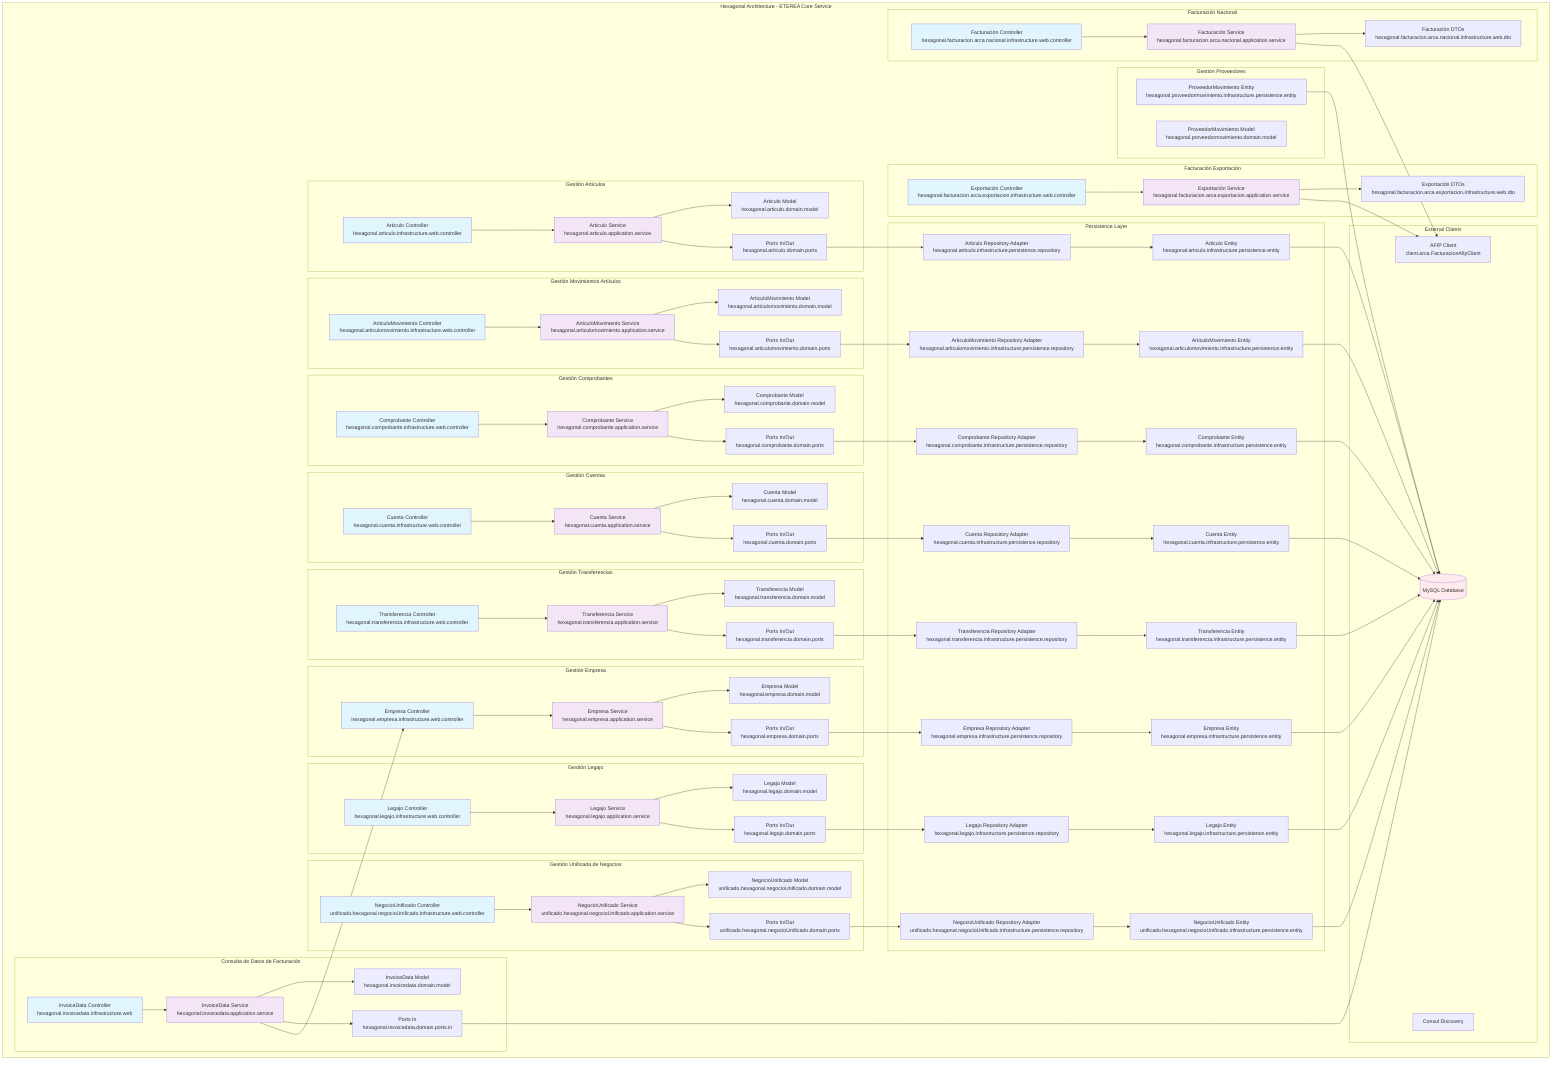
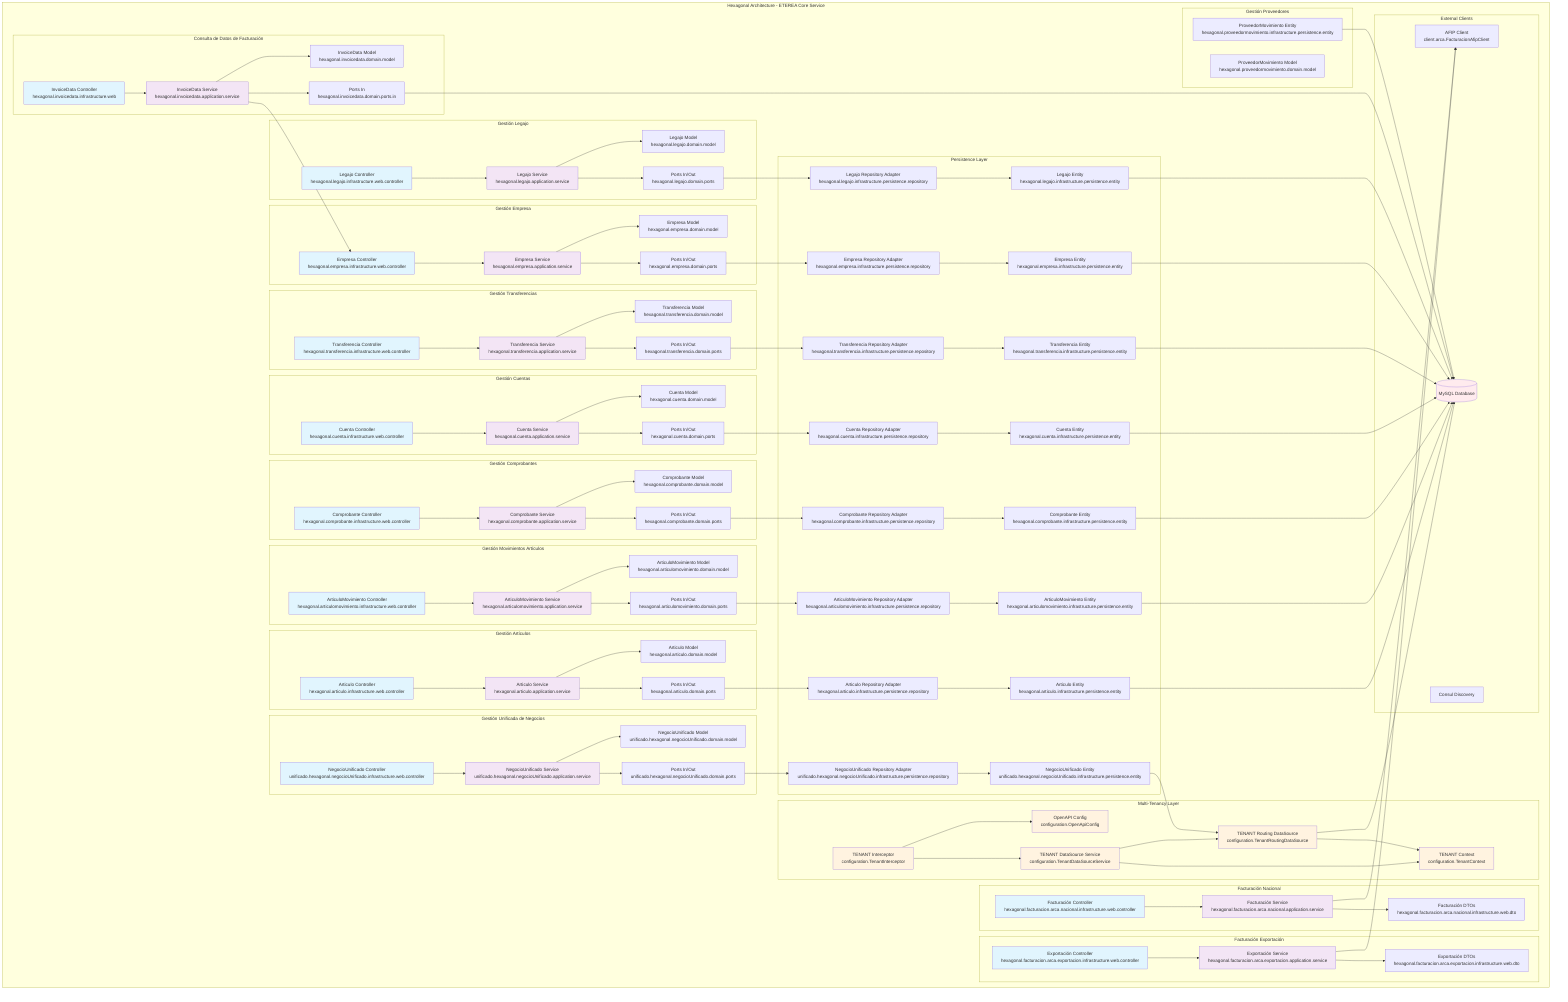
graph TB
    subgraph "Hexagonal Architecture - ETEREA Core Service"

        subgraph "Gestión Artículos"
            ART_API[Articulo Controller<br/>hexagonal.articulo.infrastructure.web.controller]
            ART_APP[Articulo Service<br/>hexagonal.articulo.application.service]
            ART_DOMAIN[Articulo Model<br/>hexagonal.articulo.domain.model]
            ART_PORTS[Ports In/Out<br/>hexagonal.articulo.domain.ports]
        end

        subgraph "Gestión Movimientos Artículos"
            AM_API[ArticuloMovimiento Controller<br/>hexagonal.articulomovimiento.infrastructure.web.controller]
            AM_APP[ArticuloMovimiento Service<br/>hexagonal.articulomovimiento.application.service]
            AM_DOMAIN[ArticuloMovimiento Model<br/>hexagonal.articulomovimiento.domain.model]
            AM_PORTS[Ports In/Out<br/>hexagonal.articulomovimiento.domain.ports]
        end

        subgraph "Gestión Comprobantes"
            COMP_API[Comprobante Controller<br/>hexagonal.comprobante.infrastructure.web.controller]
            COMP_APP[Comprobante Service<br/>hexagonal.comprobante.application.service]
            COMP_DOMAIN[Comprobante Model<br/>hexagonal.comprobante.domain.model]
            COMP_PORTS[Ports In/Out<br/>hexagonal.comprobante.domain.ports]
        end

        subgraph "Gestión Cuentas"
            CTA_API[Cuenta Controller<br/>hexagonal.cuenta.infrastructure.web.controller]
            CTA_APP[Cuenta Service<br/>hexagonal.cuenta.application.service]
            CTA_DOMAIN[Cuenta Model<br/>hexagonal.cuenta.domain.model]
            CTA_PORTS[Ports In/Out<br/>hexagonal.cuenta.domain.ports]
        end

        subgraph "Gestión Transferencias"
            TRF_API[Transferencia Controller<br/>hexagonal.transferencia.infrastructure.web.controller]
            TRF_APP[Transferencia Service<br/>hexagonal.transferencia.application.service]
            TRF_DOMAIN[Transferencia Model<br/>hexagonal.transferencia.domain.model]
            TRF_PORTS[Ports In/Out<br/>hexagonal.transferencia.domain.ports]
        end

        subgraph "Facturación Nacional"
            FN_API[Facturación Controller<br/>hexagonal.facturacion.arca.nacional.infrastructure.web.controller]
            FN_APP[Facturación Service<br/>hexagonal.facturacion.arca.nacional.application.service]
            FN_DOMAIN[Facturación DTOs<br/>hexagonal.facturacion.arca.nacional.infrastructure.web.dto]
        end

        subgraph "Facturación Exportación"
            FE_API[Exportación Controller<br/>hexagonal.facturacion.arca.exportacion.infrastructure.web.controller]
            FE_APP[Exportación Service<br/>hexagonal.facturacion.arca.exportacion.application.service]
            FE_DOMAIN[Exportación DTOs<br/>hexagonal.facturacion.arca.exportacion.infrastructure.web.dto]
        end

        subgraph "Gestión Empresa"
            E_API[Empresa Controller<br/>hexagonal.empresa.infrastructure.web.controller]
            E_APP[Empresa Service<br/>hexagonal.empresa.application.service]
            E_DOMAIN[Empresa Model<br/>hexagonal.empresa.domain.model]
            E_PORTS[Ports In/Out<br/>hexagonal.empresa.domain.ports]
        end

        subgraph "Gestión Legajo"
            L_API[Legajo Controller<br/>hexagonal.legajo.infrastructure.web.controller]
            L_APP[Legajo Service<br/>hexagonal.legajo.application.service]
            L_DOMAIN[Legajo Model<br/>hexagonal.legajo.domain.model]
            L_PORTS[Ports In/Out<br/>hexagonal.legajo.domain.ports]
        end

        subgraph "Gestión Proveedores"
            PM_DOMAIN[ProveedorMovimiento Model<br/>hexagonal.proveedormovimiento.domain.model]
            PM_ENTITY[ProveedorMovimiento Entity<br/>hexagonal.proveedormovimiento.infrastructure.persistence.entity]
        end

        subgraph "Gestión Unificada de Negocios"
            NU_API[NegocioUnificado Controller<br/>unificado.hexagonal.negocioUnificado.infrastructure.web.controller]
            NU_APP[NegocioUnificado Service<br/>unificado.hexagonal.negocioUnificado.application.service]
            NU_DOMAIN[NegocioUnificado Model<br/>unificado.hexagonal.negocioUnificado.domain.model]
            NU_PORTS[Ports In/Out<br/>unificado.hexagonal.negocioUnificado.domain.ports]
        end

        subgraph "Consulta de Datos de Facturación"
            ID_API[InvoiceData Controller<br/>hexagonal.invoicedata.infrastructure.web]
            ID_APP[InvoiceData Service<br/>hexagonal.invoicedata.application.service]
            ID_DOMAIN[InvoiceData Model<br/>hexagonal.invoicedata.domain.model]
            ID_PORTS[Ports In<br/>hexagonal.invoicedata.domain.ports.in]
        end

        subgraph "Persistence Layer"
            ART_REPO[Articulo Repository Adapter<br/>hexagonal.articulo.infrastructure.persistence.repository]
            ART_ENTITY[Articulo Entity<br/>hexagonal.articulo.infrastructure.persistence.entity]
            AM_REPO[ArticuloMovimiento Repository Adapter<br/>hexagonal.articulomovimiento.infrastructure.persistence.repository]
            AM_ENTITY[ArticuloMovimiento Entity<br/>hexagonal.articulomovimiento.infrastructure.persistence.entity]
            COMP_REPO[Comprobante Repository Adapter<br/>hexagonal.comprobante.infrastructure.persistence.repository]
            COMP_ENTITY[Comprobante Entity<br/>hexagonal.comprobante.infrastructure.persistence.entity]
            CTA_REPO[Cuenta Repository Adapter<br/>hexagonal.cuenta.infrastructure.persistence.repository]
            CTA_ENTITY[Cuenta Entity<br/>hexagonal.cuenta.infrastructure.persistence.entity]
            TRF_REPO[Transferencia Repository Adapter<br/>hexagonal.transferencia.infrastructure.persistence.repository]
            TRF_ENTITY[Transferencia Entity<br/>hexagonal.transferencia.infrastructure.persistence.entity]
            E_REPO[Empresa Repository Adapter<br/>hexagonal.empresa.infrastructure.persistence.repository]
            E_ENTITY[Empresa Entity<br/>hexagonal.empresa.infrastructure.persistence.entity]
            L_REPO[Legajo Repository Adapter<br/>hexagonal.legajo.infrastructure.persistence.repository]
            L_ENTITY[Legajo Entity<br/>hexagonal.legajo.infrastructure.persistence.entity]
            NU_REPO[NegocioUnificado Repository Adapter<br/>unificado.hexagonal.negocioUnificado.infrastructure.persistence.repository]
            NU_ENTITY[NegocioUnificado Entity<br/>unificado.hexagonal.negocioUnificado.infrastructure.persistence.entity]
        end

+         subgraph "Multi-Tenancy Layer"
+             TX[TENANT Context<br/>configuration.TenantContext]
+             TXI[TENANT Interceptor<br/>configuration.TenantInterceptor]
+             TXDS[TENANT Routing DataSource<br/>configuration.TenantRoutingDataSource]
+             TXS[TENANT DataSource Service<br/>configuration.TenantDataSourceService]
+             TXCFG[OpenAPI Config<br/>configuration.OpenApiConfig]
+         end
+ 
        subgraph "External Clients"
            AFIP[AFIP Client<br/>client.arca.FacturacionAfipClient]
            CONSUL[Consul Discovery]
            DB[(MySQL Database)]
        end
+ 
+         %% Multi-Tenancy Layer - Interceptor intercepts API calls
+         TXI --> TXCFG
+         TXI --> TXS
+         TXS --> TXDS
+         TXS --> TX
+         TXDS --> TX

        %% API Layer to Application Layer
        ART_API --> ART_APP
        AM_API --> AM_APP
        COMP_API --> COMP_APP
        CTA_API --> CTA_APP
        TRF_API --> TRF_APP
        FN_API --> FN_APP
        FE_API --> FE_APP
        E_API --> E_APP
        L_API --> L_APP
        NU_API --> NU_APP
        ID_API --> ID_APP

        %% Application to Domain
        ART_APP --> ART_DOMAIN
        ART_APP --> ART_PORTS
        AM_APP --> AM_DOMAIN
        AM_APP --> AM_PORTS
        COMP_APP --> COMP_DOMAIN
        COMP_APP --> COMP_PORTS
        CTA_APP --> CTA_DOMAIN
        CTA_APP --> CTA_PORTS
        TRF_APP --> TRF_DOMAIN
        TRF_APP --> TRF_PORTS
        FN_APP --> FN_DOMAIN
        FE_APP --> FE_DOMAIN
        E_APP --> E_DOMAIN
        E_APP --> E_PORTS
        L_APP --> L_DOMAIN
        L_APP --> L_PORTS
        NU_APP --> NU_DOMAIN
        NU_APP --> NU_PORTS
        ID_APP --> ID_DOMAIN
        ID_APP --> ID_PORTS

        %% Domain to Infrastructure
        ART_PORTS --> ART_REPO
        ART_REPO --> ART_ENTITY
        ART_ENTITY --> DB
        AM_PORTS --> AM_REPO
        AM_REPO --> AM_ENTITY
        AM_ENTITY --> DB
        COMP_PORTS --> COMP_REPO
        COMP_REPO --> COMP_ENTITY
        COMP_ENTITY --> DB
        CTA_PORTS --> CTA_REPO
        CTA_REPO --> CTA_ENTITY
        CTA_ENTITY --> DB
        TRF_PORTS --> TRF_REPO
        TRF_REPO --> TRF_ENTITY
        TRF_ENTITY --> DB
        E_PORTS --> E_REPO
        E_REPO --> E_ENTITY
        E_ENTITY --> DB
        L_PORTS --> L_REPO
        L_REPO --> L_ENTITY
        L_ENTITY --> DB
        NU_PORTS --> NU_REPO
        NU_REPO --> NU_ENTITY
-         NU_ENTITY --> DB
+         NU_ENTITY --> TXDS
+         TXDS --> DB
        ID_PORTS --> DB
        PM_ENTITY --> DB

        %% External Dependencies
        FN_APP --> AFIP
        FE_APP --> AFIP
        ID_APP --> E_API

        style ART_API fill:#e1f5fe
        style AM_API fill:#e1f5fe
        style COMP_API fill:#e1f5fe
        style CTA_API fill:#e1f5fe
        style TRF_API fill:#e1f5fe
        style FN_API fill:#e1f5fe
        style FE_API fill:#e1f5fe
        style E_API fill:#e1f5fe
        style L_API fill:#e1f5fe
        style NU_API fill:#e1f5fe
+         style TXI fill:#fff3e0
+         style TXS fill:#fff3e0
+         style TXDS fill:#fff3e0
+         style TX fill:#fff3e0
+         style TXCFG fill:#fff3e0
        style ID_API fill:#e1f5fe
        style ART_APP fill:#f3e5f5
        style AM_APP fill:#f3e5f5
        style COMP_APP fill:#f3e5f5
        style CTA_APP fill:#f3e5f5
        style TRF_APP fill:#f3e5f5
        style FN_APP fill:#f3e5f5
        style FE_APP fill:#f3e5f5
        style E_APP fill:#f3e5f5
        style L_APP fill:#f3e5f5
        style NU_APP fill:#f3e5f5
        style ID_APP fill:#f3e5f5
        style DB fill:#ffebee
    end